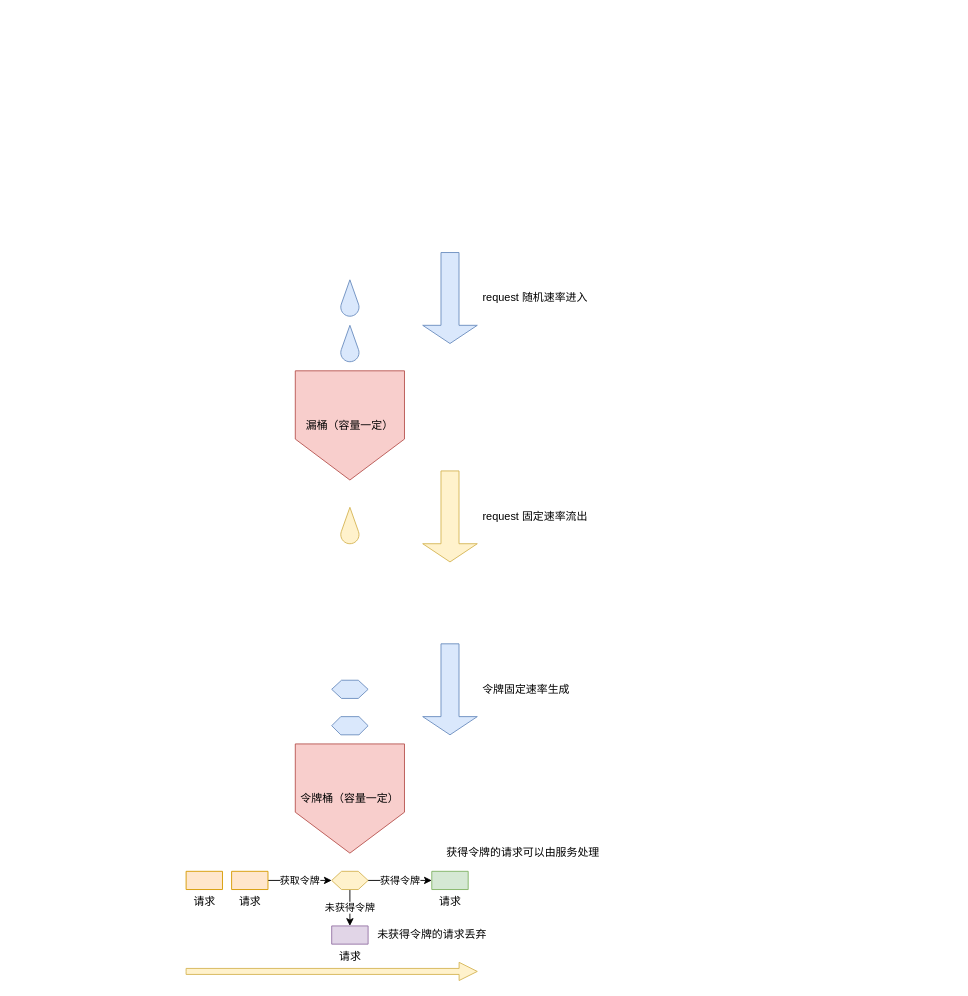
Before: RateLimiter.drawio in yang00-74/flowchart, a draw.io diagram. Source tidied: cells renumbered, new cells numbered last; positions are measured from the earlier drawing's top-left corner, leaving out a move shared by most shapes. Both pictures are drawn from the tidied source at 91%, with x=0, y=0 at pixel (186, 252).
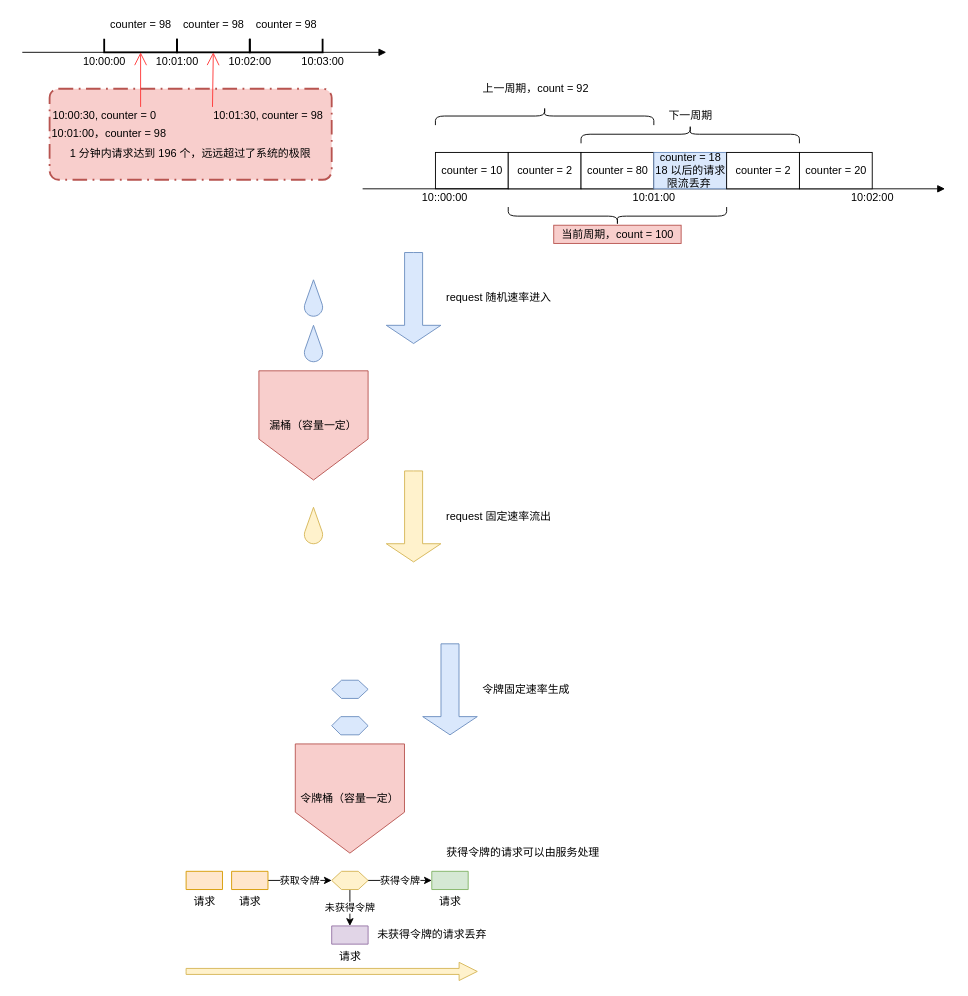
Above is the later version.

The edit, as a diff of the source:
```diff
@@
     <mxCell id="2" value="漏桶（容量一定）" style="shape=offPageConnector;whiteSpace=wrap;html=1;fillColor=#f8cecc;strokeColor=#b85450;" parent="1" vertex="1">
-      <mxGeometry x="120" y="130" width="120" height="120" as="geometry" />
+      <mxGeometry x="80" y="130" width="120" height="120" as="geometry" />
     </mxCell>
     <mxCell id="3" value="&amp;nbsp; &amp;nbsp; &amp;nbsp; &amp;nbsp; &amp;nbsp; &amp;nbsp; &amp;nbsp; &amp;nbsp; &amp;nbsp; &amp;nbsp; &amp;nbsp; &amp;nbsp; &amp;nbsp; &amp;nbsp; &amp;nbsp; &amp;nbsp; &amp;nbsp; &amp;nbsp; &amp;nbsp; &amp;nbsp; &amp;nbsp; &amp;nbsp; &amp;nbsp; &amp;nbsp; &amp;nbsp; &amp;nbsp; &amp;nbsp; &amp;nbsp; request 随机速率进入" style="html=1;shadow=0;dashed=0;align=center;verticalAlign=middle;shape=mxgraph.arrows2.arrow;dy=0.67;dx=20;notch=0;direction=south;fillColor=#dae8fc;strokeColor=#6c8ebf;" parent="1" vertex="1">
-      <mxGeometry x="260" width="60" height="100" as="geometry" />
+      <mxGeometry x="220" width="60" height="100" as="geometry" />
     </mxCell>
     <mxCell id="4" style="verticalLabelPosition=bottom;verticalAlign=top;html=1;shape=mxgraph.basic.drop;fillColor=#dae8fc;strokeColor=#6c8ebf;" parent="1" vertex="1">
-      <mxGeometry x="170" y="30" width="20" height="40" as="geometry" />
+      <mxGeometry x="130" y="30" width="20" height="40" as="geometry" />
     </mxCell>
     <mxCell id="5" style="verticalLabelPosition=bottom;verticalAlign=top;html=1;shape=mxgraph.basic.drop;fillColor=#dae8fc;strokeColor=#6c8ebf;" parent="1" vertex="1">
-      <mxGeometry x="170" y="80" width="20" height="40" as="geometry" />
+      <mxGeometry x="130" y="80" width="20" height="40" as="geometry" />
     </mxCell>
     <mxCell id="6" style="verticalLabelPosition=bottom;verticalAlign=top;html=1;shape=mxgraph.basic.drop;fillColor=#fff2cc;strokeColor=#d6b656;" parent="1" vertex="1">
-      <mxGeometry x="170" y="280" width="20" height="40" as="geometry" />
+      <mxGeometry x="130" y="280" width="20" height="40" as="geometry" />
     </mxCell>
     <mxCell id="7" value="&amp;nbsp; &amp;nbsp; &amp;nbsp; &amp;nbsp; &amp;nbsp; &amp;nbsp; &amp;nbsp; &amp;nbsp; &amp;nbsp; &amp;nbsp; &amp;nbsp; &amp;nbsp; &amp;nbsp; &amp;nbsp; &amp;nbsp; &amp;nbsp; &amp;nbsp; &amp;nbsp; &amp;nbsp; &amp;nbsp; &amp;nbsp; &amp;nbsp; &amp;nbsp; &amp;nbsp; &amp;nbsp; &amp;nbsp; &amp;nbsp; &amp;nbsp; request 固定速率流出" style="html=1;shadow=0;dashed=0;align=center;verticalAlign=middle;shape=mxgraph.arrows2.arrow;dy=0.67;dx=20;notch=0;direction=south;fillColor=#fff2cc;strokeColor=#d6b656;" parent="1" vertex="1">
-      <mxGeometry x="260" y="240" width="60" height="100" as="geometry" />
+      <mxGeometry x="220" y="240" width="60" height="100" as="geometry" />
     </mxCell>
@@
+    <mxCell id="23" value="&#10;&#10;&#10;1 分钟内请求达到 196 个，远远超过了系统的极限" style="rounded=1;arcSize=10;dashed=1;strokeColor=#b85450;fillColor=#f8cecc;dashPattern=8 3 1 3;strokeWidth=2;" parent="1" vertex="1">
+      <mxGeometry x="-150" y="-180" width="310" height="100" as="geometry" />
+    </mxCell>
+    <mxCell id="24" style="strokeWidth=2;html=1;shape=mxgraph.flowchart.annotation_1;align=left;direction=north;" parent="1" vertex="1">
+      <mxGeometry x="-90" y="-235" width="80" height="15" as="geometry" />
+    </mxCell>
+    <mxCell id="25" style="strokeWidth=2;html=1;shape=mxgraph.flowchart.annotation_1;align=left;direction=north;" parent="1" vertex="1">
+      <mxGeometry x="-10" y="-235" width="80" height="15" as="geometry" />
+    </mxCell>
+    <mxCell id="26" style="strokeWidth=2;html=1;shape=mxgraph.flowchart.annotation_1;align=left;direction=north;" parent="1" vertex="1">
+      <mxGeometry x="70" y="-235" width="80" height="15" as="geometry" />
+    </mxCell>
+    <mxCell id="27" value="10:00:00" style="text;html=1;align=center;verticalAlign=middle;strokeColor=none;" parent="1" vertex="1">
+      <mxGeometry x="-120" y="-220" width="60" height="20" as="geometry" />
+    </mxCell>
+    <mxCell id="28" value="10:01:00" style="text;html=1;align=center;verticalAlign=middle;strokeColor=none;" parent="1" vertex="1">
+      <mxGeometry x="-40" y="-220" width="60" height="20" as="geometry" />
+    </mxCell>
+    <mxCell id="29" value="10:02:00" style="text;html=1;align=center;verticalAlign=middle;strokeColor=none;" parent="1" vertex="1">
+      <mxGeometry x="40" y="-220" width="60" height="20" as="geometry" />
+    </mxCell>
+    <mxCell id="30" value="10:03:00" style="text;html=1;align=center;verticalAlign=middle;strokeColor=none;" parent="1" vertex="1">
+      <mxGeometry x="120" y="-220" width="60" height="20" as="geometry" />
+    </mxCell>
+    <mxCell id="31" value="counter = 98" style="text;html=1;align=center;verticalAlign=middle;strokeColor=none;" parent="1" vertex="1">
+      <mxGeometry x="-90" y="-260" width="80" height="20" as="geometry" />
+    </mxCell>
+    <mxCell id="32" value="counter = 98" style="text;html=1;align=center;verticalAlign=middle;strokeColor=none;" parent="1" vertex="1">
+      <mxGeometry x="-10" y="-260" width="80" height="20" as="geometry" />
+    </mxCell>
+    <mxCell id="33" value="counter = 98" style="text;html=1;align=center;verticalAlign=middle;strokeColor=none;" parent="1" vertex="1">
+      <mxGeometry x="70" y="-260" width="80" height="20" as="geometry" />
+    </mxCell>
+    <mxCell id="34" style="endArrow=open;endFill=1;endSize=12;html=1;entryX=0;entryY=0.5;entryDx=0;entryDy=0;entryPerimeter=0;strokeColor=#FF3333;" parent="1" edge="1" target="24">
+      <mxGeometry relative="1" as="geometry">
+        <mxPoint x="-50" y="-160" as="sourcePoint" />
+      </mxGeometry>
+    </mxCell>
+    <mxCell id="35" style="endArrow=open;endFill=1;endSize=12;html=1;strokeColor=#FF3333;" parent="1" edge="1" target="25">
+      <mxGeometry relative="1" as="geometry">
+        <mxPoint x="29" y="-160" as="sourcePoint" />
+      </mxGeometry>
+    </mxCell>
+    <mxCell id="36" style="endArrow=block;endFill=1;endSize=6;html=1;" parent="1" edge="1">
+      <mxGeometry relative="1" as="geometry">
+        <mxPoint x="-180" y="-220" as="sourcePoint" />
+        <mxPoint x="220" y="-220" as="targetPoint" />
+      </mxGeometry>
+    </mxCell>
+    <mxCell id="37" value="10:00:30, counter = 0" style="text;html=1;align=center;verticalAlign=middle;strokeColor=none;" parent="1" vertex="1">
+      <mxGeometry x="-155" y="-160" width="130" height="20" as="geometry" />
+    </mxCell>
+    <mxCell id="38" value="10:01:30, counter = 98" style="text;html=1;align=center;verticalAlign=middle;strokeColor=none;" parent="1" vertex="1">
+      <mxGeometry x="20" y="-160" width="140" height="20" as="geometry" />
+    </mxCell>
+    <mxCell id="39" value="10:01:00，counter = 98" style="text;html=1;align=center;verticalAlign=middle;strokeColor=none;" parent="1" vertex="1">
+      <mxGeometry x="-155" y="-140" width="140" height="20" as="geometry" />
+    </mxCell>
+    <mxCell id="40" value="counter = 10" style="html=1;" parent="1" vertex="1">
+      <mxGeometry x="274" y="-110" width="80" height="40" as="geometry" />
+    </mxCell>
+    <mxCell id="41" value="10::00:00" style="text;html=1;align=center;verticalAlign=middle;strokeColor=none;" parent="1" vertex="1">
+      <mxGeometry x="249" y="-70" width="70" height="20" as="geometry" />
+    </mxCell>
+    <mxCell id="42" value="10:01:00" style="text;html=1;align=center;verticalAlign=middle;strokeColor=none;" parent="1" vertex="1">
+      <mxGeometry x="484" y="-70" width="60" height="20" as="geometry" />
+    </mxCell>
+    <mxCell id="43" style="endArrow=block;endFill=1;endSize=6;html=1;" parent="1" edge="1">
+      <mxGeometry relative="1" as="geometry">
+        <mxPoint x="194" y="-70" as="sourcePoint" />
+        <mxPoint x="834" y="-70" as="targetPoint" />
+      </mxGeometry>
+    </mxCell>
+    <mxCell id="44" value="counter = 2" style="html=1;" parent="1" vertex="1">
+      <mxGeometry x="354" y="-110" width="80" height="40" as="geometry" />
+    </mxCell>
+    <mxCell id="45" value="counter = 80" style="html=1;" parent="1" vertex="1">
+      <mxGeometry x="434" y="-110" width="80" height="40" as="geometry" />
+    </mxCell>
+    <mxCell id="46" value="counter = 18&lt;br&gt;18 以后的请求&lt;br&gt;限流丢弃&amp;nbsp;" style="html=1;fillColor=#dae8fc;strokeColor=#6c8ebf;" parent="1" vertex="1">
+      <mxGeometry x="514" y="-110" width="80" height="40" as="geometry" />
+    </mxCell>
+    <mxCell id="47" value="counter = 2" style="html=1;" parent="1" vertex="1">
+      <mxGeometry x="594" y="-110" width="80" height="40" as="geometry" />
+    </mxCell>
+    <mxCell id="48" value="counter = 20" style="html=1;" parent="1" vertex="1">
+      <mxGeometry x="674" y="-110" width="80" height="40" as="geometry" />
+    </mxCell>
+    <mxCell id="49" value="10:02:00" style="text;html=1;align=center;verticalAlign=middle;strokeColor=none;" parent="1" vertex="1">
+      <mxGeometry x="724" y="-70" width="60" height="20" as="geometry" />
+    </mxCell>
+    <mxCell id="50" style="shape=curlyBracket;whiteSpace=wrap;html=1;rounded=1;flipH=1;direction=south;" parent="1" vertex="1">
+      <mxGeometry x="274" y="-160" width="240" height="20" as="geometry" />
+    </mxCell>
+    <mxCell id="51" value="上一周期，count = 92" style="text;html=1;align=center;verticalAlign=middle;strokeColor=none;" parent="1" vertex="1">
+      <mxGeometry x="319" y="-190" width="130" height="20" as="geometry" />
+    </mxCell>
+    <mxCell id="52" style="shape=curlyBracket;whiteSpace=wrap;html=1;rounded=1;direction=north;" parent="1" vertex="1">
+      <mxGeometry x="354" y="-50" width="240" height="20" as="geometry" />
+    </mxCell>
+    <mxCell id="53" value="当前周期，count = 100" style="text;html=1;align=center;verticalAlign=middle;strokeColor=#b85450;fillColor=#f8cecc;" parent="1" vertex="1">
+      <mxGeometry x="404" y="-30" width="140" height="20" as="geometry" />
+    </mxCell>
+    <mxCell id="54" style="shape=curlyBracket;whiteSpace=wrap;html=1;rounded=1;flipH=1;direction=south;" parent="1" vertex="1">
+      <mxGeometry x="434" y="-140" width="240" height="20" as="geometry" />
+    </mxCell>
+    <mxCell id="55" value="下一周期" style="text;html=1;align=center;verticalAlign=middle;strokeColor=none;" parent="1" vertex="1">
+      <mxGeometry x="524" y="-160" width="60" height="20" as="geometry" />
+    </mxCell>
```
